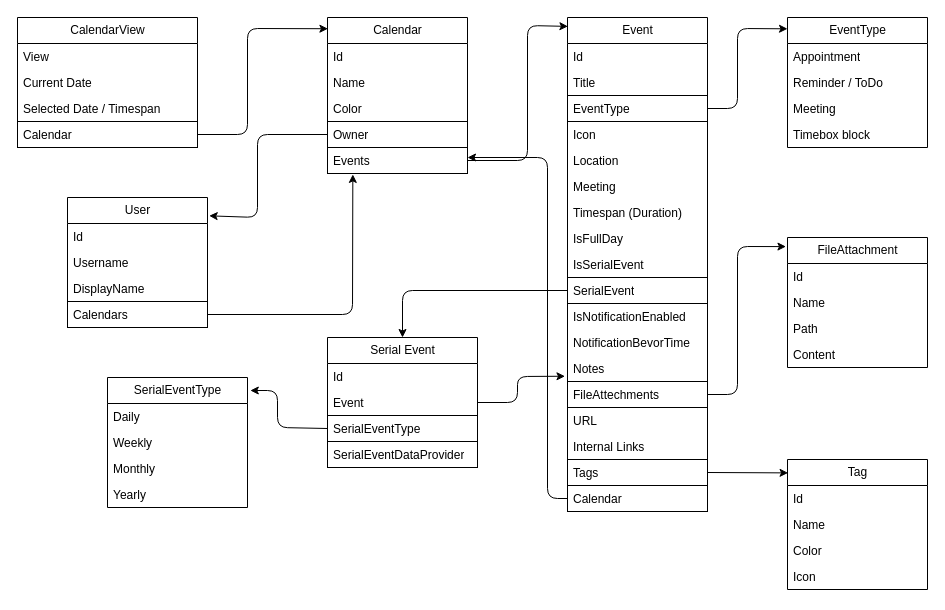
Before: page "Domain" (1 of 2) of Architecture/Domains/Calendar.drawio in TodoXpress/Documentation, a draw.io diagram. Source tidied: cells renumbered, new cells numbered last; positions are measured from the earlier drawing's top-left corner, leaving out a move shared by most shapes. Both pictures are drawn from the tidied source at 100%, with x=0, y=0 at pixel (17, 17).
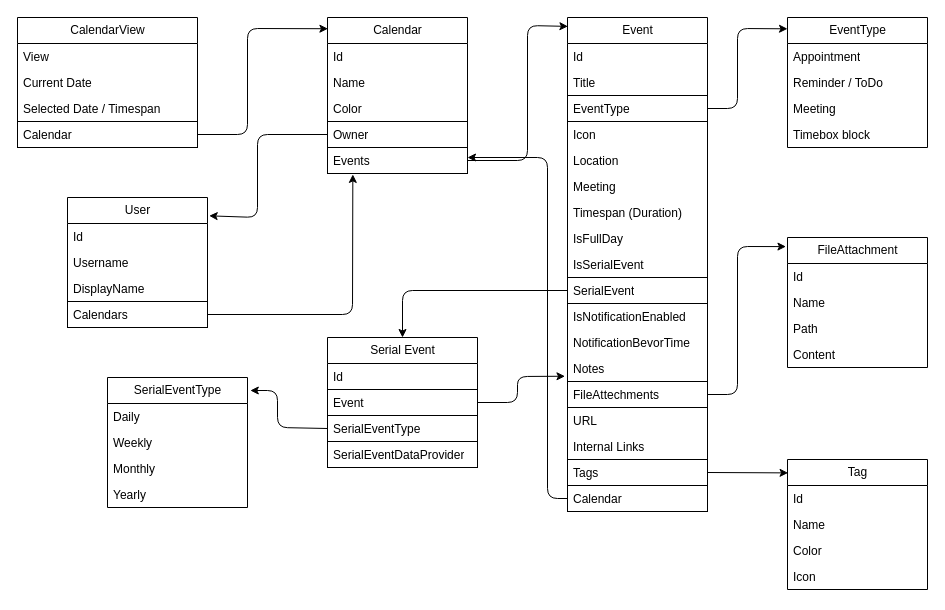
The same diagram, later.

The change refers to these unchanged cells:
```xml
<mxCell id="35" value="Serial Event" style="swimlane;fontStyle=0;horizontal=1;startSize=26;fillColor=none;html=1;strokeColor=default;" parent="1" vertex="1">
  <mxGeometry x="310" y="320" width="150" height="130" as="geometry" />
</mxCell>
```

The edit, as a diff of the source:
```diff
@@
-    <mxCell id="37" value="Event" style="text;strokeColor=none;fillColor=none;align=left;verticalAlign=top;spacingLeft=4;spacingRight=4;overflow=hidden;points=[[0,0.5],[1,0.5]];portConstraint=eastwest;whiteSpace=wrap;html=1;" parent="35" vertex="1">
+    <mxCell id="37" value="Event" style="text;strokeColor=default;fillColor=none;align=left;verticalAlign=top;spacingLeft=4;spacingRight=4;overflow=hidden;points=[[0,0.5],[1,0.5]];portConstraint=eastwest;whiteSpace=wrap;html=1;" parent="35" vertex="1">
       <mxGeometry y="52" width="150" height="26" as="geometry" />
     </mxCell>
```
